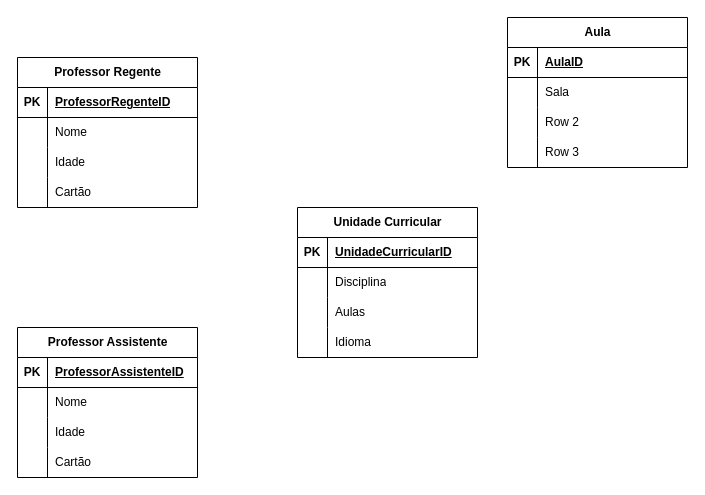
Above: Diagrama sem nome.drawio in afonsocastro107/tpsi-sgbd-2121824 (draw.io), before the change. Source tidied: cells renumbered, new cells numbered last; positions are measured from the earlier drawing's top-left corner, leaving out a move shared by most shapes. Both pictures are drawn from the tidied source at 100%, with x=0, y=0 at pixel (17, 17).
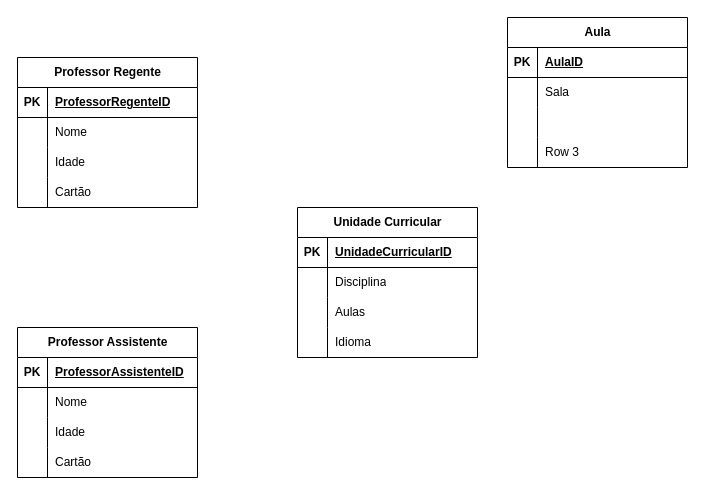
The same diagram, later.

The change refers to these unchanged cells:
```xml
<mxCell id="48" style="shape=tableRow;horizontal=0;startSize=0;swimlaneHead=0;swimlaneBody=0;fillColor=none;top=0;left=0;right=0;bottom=0;" parent="41" vertex="1">
  <mxGeometry y="90" width="180" height="30" as="geometry" />
</mxCell>
```

Diff of the diagram source:
```diff
@@
-    <mxCell id="50" value="Row 2" style="shape=partialRectangle;fillColor=none;top=0;left=0;bottom=0;right=0;align=left;spacingLeft=6;overflow=hidden;whiteSpace=wrap;html=1;" parent="48" vertex="1">
+    <mxCell id="50" value="&amp;nbsp;" style="shape=partialRectangle;fillColor=none;top=0;left=0;bottom=0;right=0;align=left;spacingLeft=6;overflow=hidden;whiteSpace=wrap;html=1;" parent="48" vertex="1">
       <mxGeometry x="30" width="150" height="30" as="geometry" />
     </mxCell>
```
